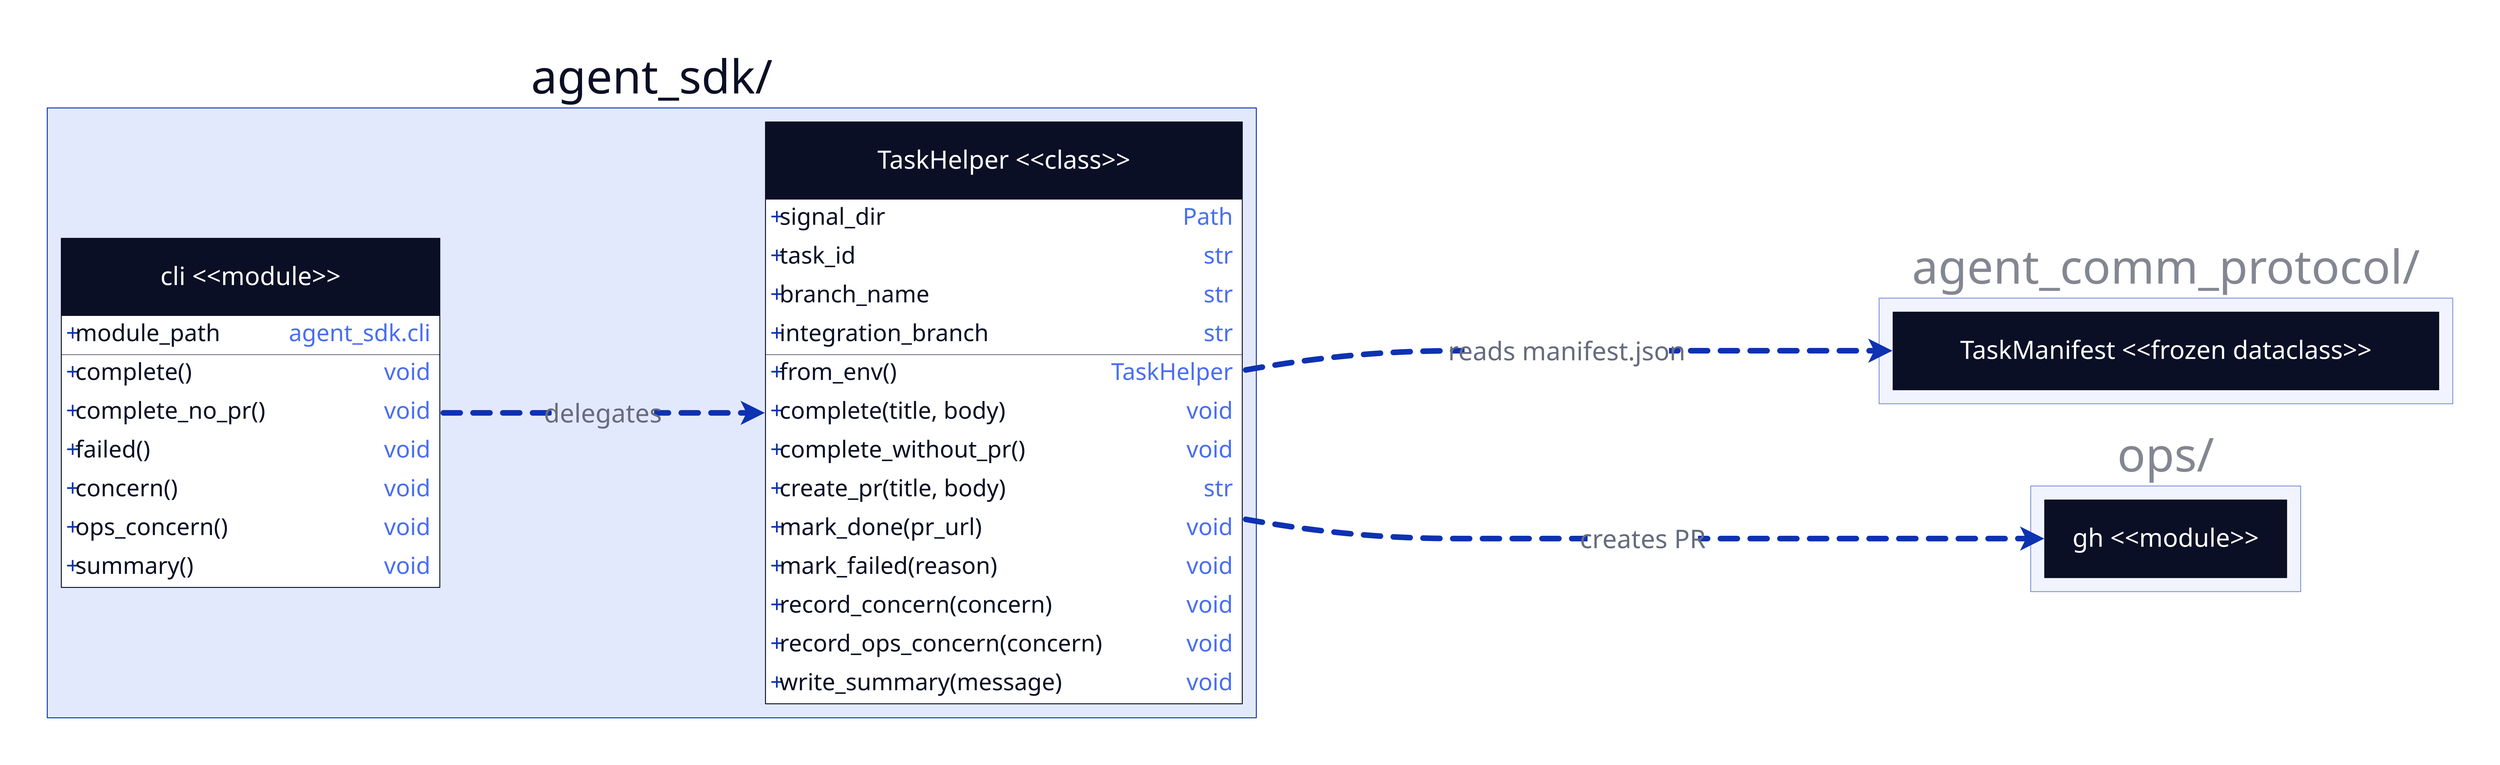
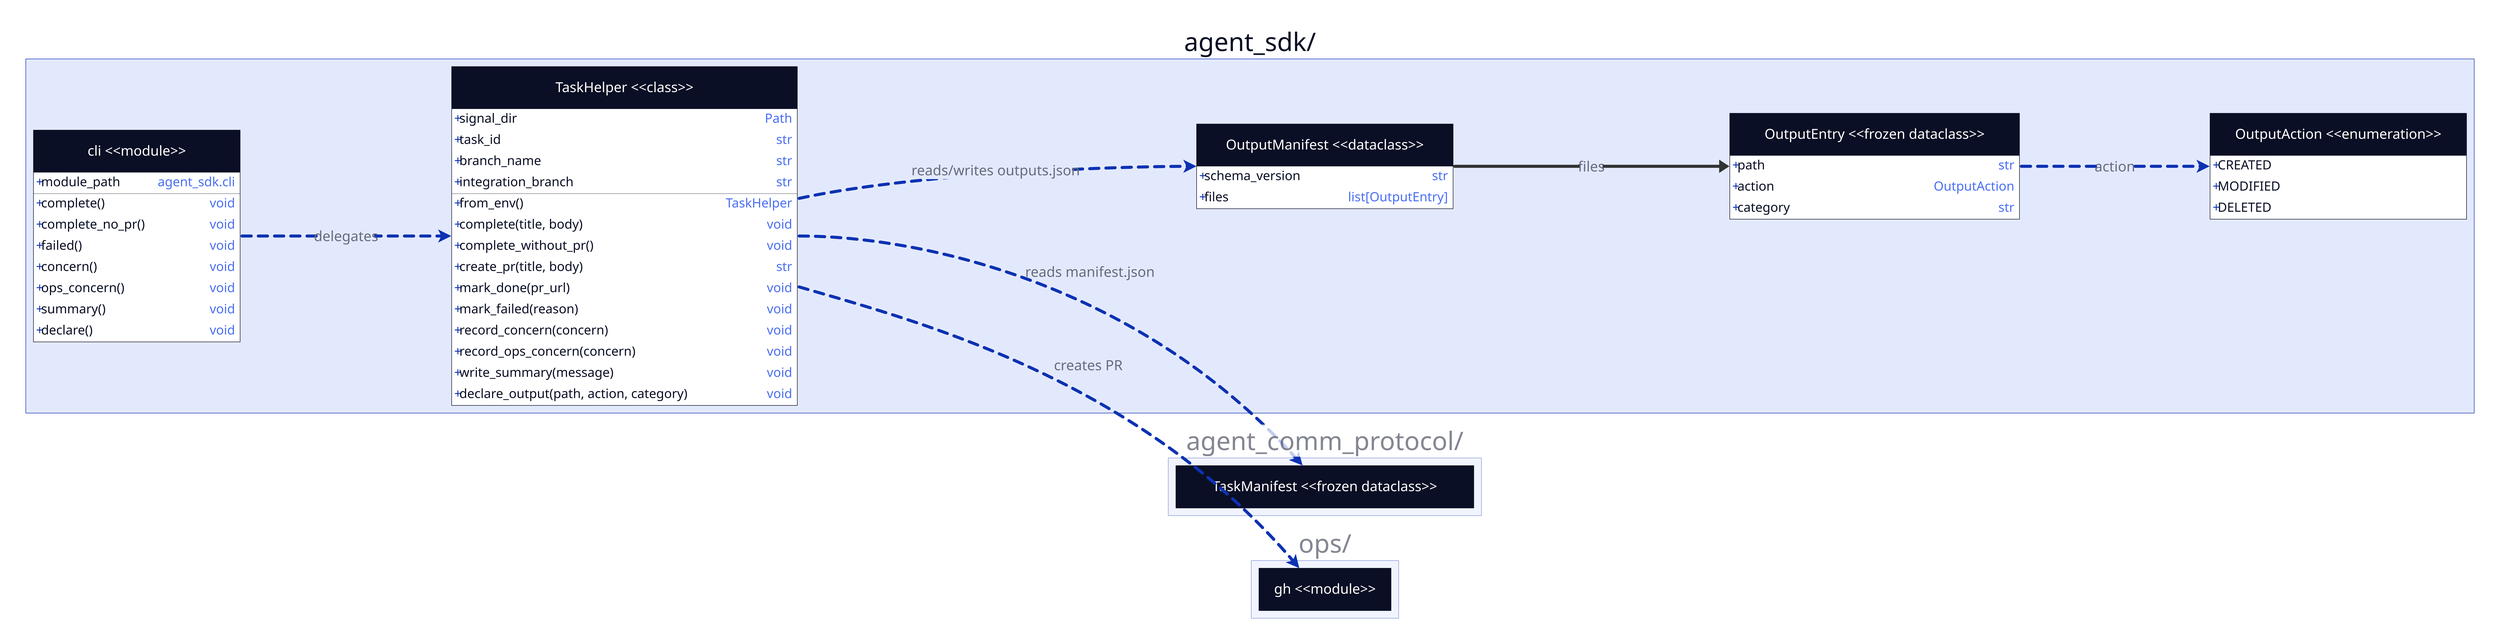
direction: right
**.style.font-size: 50
*.style.font-size: 100

classes: {
  composition: {
    # NOTE: source-arrowhead.shape: diamond doesn't propagate via classes (D2 limitation)
    style.stroke: "#333333"
    style.stroke-width: 12
    style.font-size: 55
  }
  dependency: {
    target-arrowhead: {
      shape: arrow
      style.filled: false
    }
    style.stroke-dash: 3
    style.stroke-width: 12
    style.font-size: 55
  }
  inheritance: {
    target-arrowhead: {
      shape: triangle
      style.filled: false
    }
    style.stroke: "#333333"
    style.stroke-width: 12
    style.font-size: 55
  }
  implementation: {
    target-arrowhead: {
      shape: triangle
      style.filled: false
    }
    style.stroke-dash: 3
    style.stroke-width: 12
    style.font-size: 55
  }
}

# ─────────────────────────────────────────────
#  agent_sdk/ — agent-side helpers
# ─────────────────────────────────────────────
agent_sdk_pkg: "agent_sdk/" {
  TaskHelper: "TaskHelper <<class>>" {
    shape: class
    signal_dir: Path
    task_id: str
    branch_name: str
    integration_branch: str
    +from_env(): TaskHelper
    +complete(title, body): void
    +complete_without_pr(): void
    +create_pr(title, body): str
    +mark_done(pr_url): void
    +mark_failed(reason): void
    +record_concern(concern): void
    +record_ops_concern(concern): void
    +write_summary(message): void
+     +declare_output(path, action, category): void
  }

  cli: "cli <<module>>" {
    shape: class
    module_path: agent_sdk.cli
    "+complete()": void
    "+complete_no_pr()": void
    "+failed()": void
    "+concern()": void
    "+ops_concern()": void
    "+summary()": void
+     "+declare()": void
+   }
+ 
+   OutputAction: "OutputAction <<enumeration>>" {
+     shape: class
+     CREATED
+     MODIFIED
+     DELETED
+   }
+ 
+   OutputEntry: "OutputEntry <<frozen dataclass>>" {
+     shape: class
+     path: str
+     action: OutputAction
+     category: str
+   }
+ 
+   OutputManifest: "OutputManifest <<dataclass>>" {
+     shape: class
+     schema_version: str
+     files: "list[OutputEntry]"
  }
}


# ─── External dependencies ───

agent_comm_protocol_pkg: "agent_comm_protocol/" {
  style.opacity: 0.5
  TaskManifest: "TaskManifest <<frozen dataclass>>" { shape: class }
}

ops_pkg: "ops/" {
  style.opacity: 0.5
  gh: "gh <<module>>" { shape: class }
}


# ─── Relationships ───

agent_sdk_pkg.TaskHelper -> agent_comm_protocol_pkg.TaskManifest: "reads manifest.json" { class: dependency }
agent_sdk_pkg.TaskHelper -> ops_pkg.gh: "creates PR" { class: dependency }
agent_sdk_pkg.cli -> agent_sdk_pkg.TaskHelper: delegates { class: dependency }
+ agent_sdk_pkg.TaskHelper -> agent_sdk_pkg.OutputManifest: "reads/writes outputs.json" { class: dependency }
+ agent_sdk_pkg.OutputManifest -> agent_sdk_pkg.OutputEntry: files { class: composition }
+ agent_sdk_pkg.OutputEntry -> agent_sdk_pkg.OutputAction: action { class: dependency }
